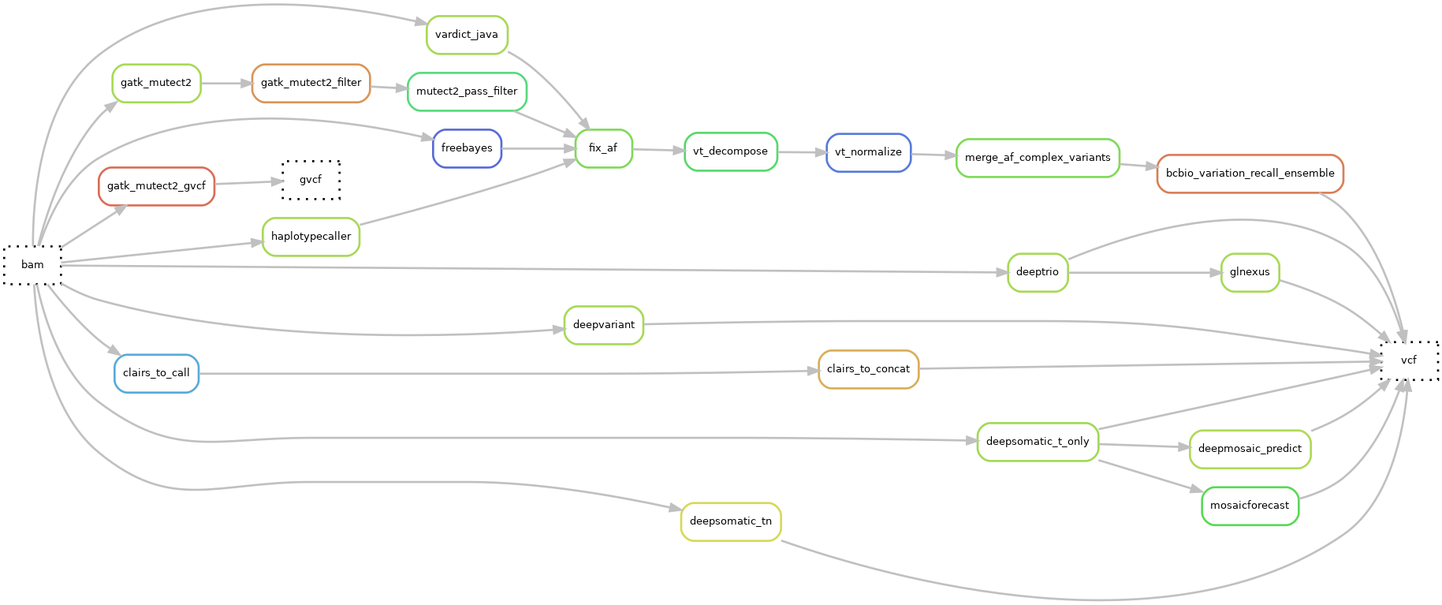
Earlier version of the Graphviz export docs/images/snv_indels_SR.png (hydra-genetics/snv_indels). Its source is kept beside it as docs/images/snv_indels_SR.dot.
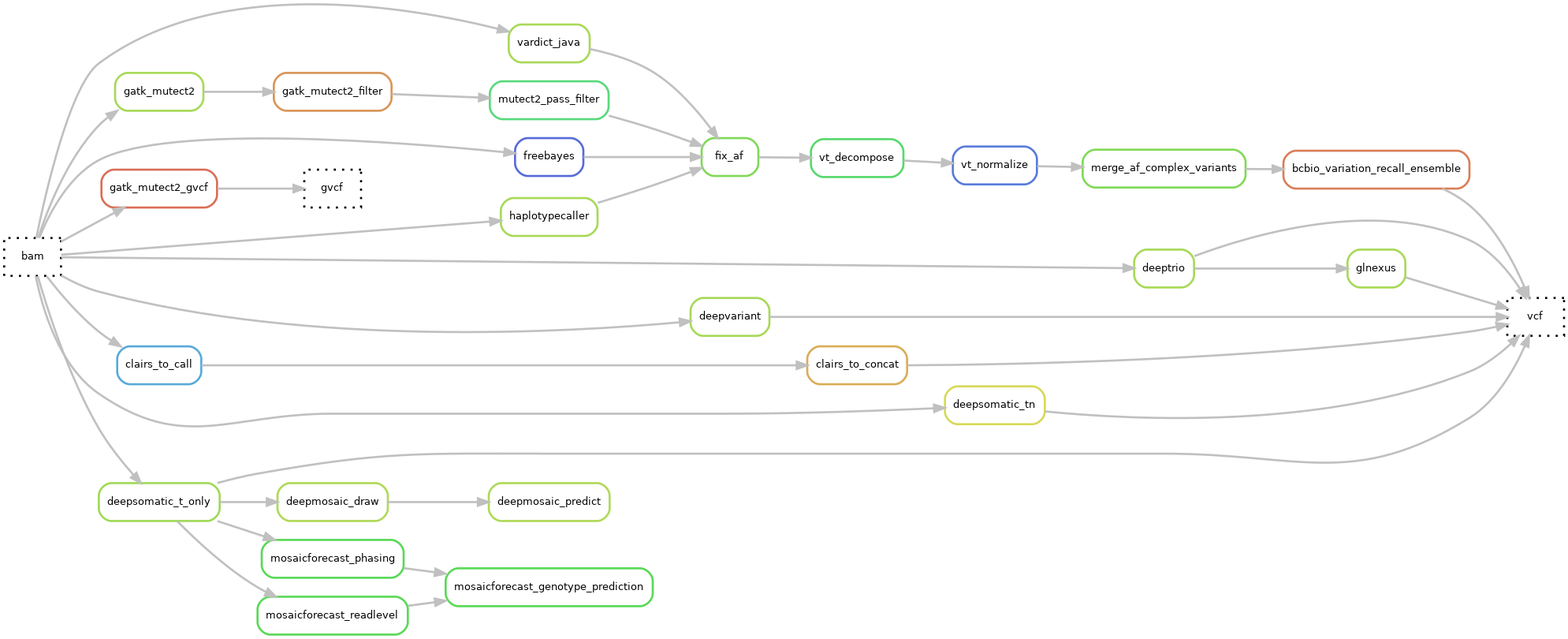
Later version of the same file.

The edit, as a diff of the source:
```diff
@@ -25,11 +25,14 @@
 	35[label = "clairs_to_concat", color = "0.11 0.6 0.85", style="rounded"];
 	36[label = "clairs_to_call", color = "0.56 0.6 0.85", style="rounded"];
 
-	51[label = "deepsomatic_t_only", color = "0.24 0.6 0.85", style="rounded"];
-	52[label = "deepsomatic_tn", color = "0.17 0.6 0.85", style="rounded"];
+	51[label = "deepsomatic_tn", color = "0.17 0.6 0.85", style="rounded"];
+	52[label = "deepsomatic_t_only", color = "0.24 0.6 0.85", style="rounded"];
 
-	61[label = "deepmosaic_predict", color = "0.22 0.6 0.85", style="rounded"];
-	65[label = "mosaicforecast", color = "0.33 0.6 0.85", style="rounded"];
+	61[label = "deepmosaic_draw", color = "0.22 0.6 0.85", style="rounded"];
+	62[label = "deepmosaic_predict", color = "0.22 0.6 0.85", style="rounded"];
+	65[label = "mosaicforecast_genotype_prediction", color = "0.33 0.6 0.85", style="rounded"];
+	66[label = "mosaicforecast_phasing", color = "0.33 0.6 0.85", style="rounded"];
+	67[label = "mosaicforecast_readlevel", color = "0.33 0.6 0.85", style="rounded"];
 
 	20 -> 8
 	20 -> 13
@@ -59,13 +62,15 @@
 	36 -> 35
 	20 -> 36
 
+	51 -> 0
 	52 -> 0
-	51 -> 0
+	20 -> 51
+
+	61 -> 62
 	20 -> 52
-
-	61 -> 0
-	65 -> 0
-	20 -> 51
-	51 -> 61
-	51 -> 65
+	52 -> 61
+	52 -> 67
+	52 -> 66
+	67 -> 65
+	66 -> 65
 }
```
